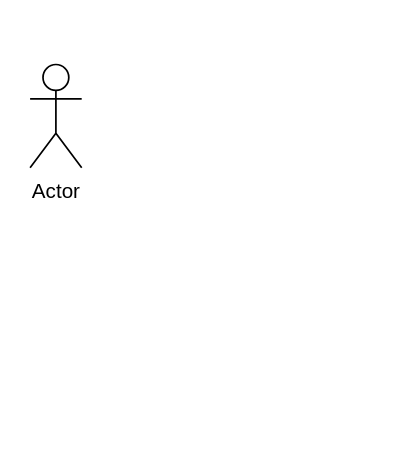
FloraRosaPupo/App-cadastro-imobiliario keeps this draw.io diagram as Diagrama sem nome.drawio. Above is the earlier version. Source tidied: cells renumbered, new cells numbered last; positions are measured from the earlier drawing's top-left corner, leaving out a move shared by most shapes. Both pictures are drawn from the tidied source at 172%, with x=0, y=0 at pixel (29, 64).
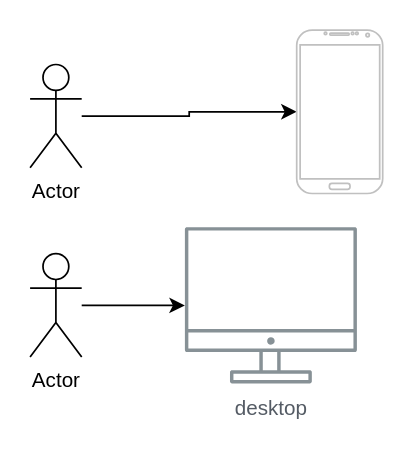
After the change.

Diff of the diagram source:
```diff
@@
 <mxGraphModel>
   <root>
     <mxCell id="0" />
     <mxCell id="1" parent="0" />
+    <mxCell id="3" style="edgeStyle=orthogonalEdgeStyle;rounded=0;jettySize=auto;html=1;" parent="1" edge="1" source="2" target="4">
+      <mxGeometry relative="1" as="geometry" />
+    </mxCell>
     <mxCell id="2" value="Actor" style="shape=umlActor;verticalLabelPosition=bottom;verticalAlign=top;html=1;outlineConnect=0;" parent="1" vertex="1">
       <mxGeometry width="30" height="60" as="geometry" />
     </mxCell>
+    <mxCell id="4" style="verticalLabelPosition=bottom;verticalAlign=top;html=1;shadow=0;dashed=0;strokeWidth=1;shape=mxgraph.android.phone2;strokeColor=#c0c0c0;" parent="1" vertex="1">
+      <mxGeometry x="155" y="-20" width="50" height="95" as="geometry" />
+    </mxCell>
+    <mxCell id="5" style="edgeStyle=orthogonalEdgeStyle;rounded=0;jettySize=auto;html=1;" parent="1" edge="1" source="6" target="7">
+      <mxGeometry relative="1" as="geometry" />
+    </mxCell>
+    <mxCell id="6" value="Actor" style="shape=umlActor;verticalLabelPosition=bottom;verticalAlign=top;html=1;outlineConnect=0;" parent="1" vertex="1">
+      <mxGeometry y="110" width="30" height="60" as="geometry" />
+    </mxCell>
+    <mxCell id="7" value="desktop" style="sketch=0;outlineConnect=0;gradientColor=none;fontColor=#545B64;strokeColor=none;fillColor=#879196;dashed=0;verticalLabelPosition=bottom;verticalAlign=top;align=center;html=1;fontSize=12;fontStyle=0;shape=mxgraph.aws4.illustration_desktop;" parent="1" vertex="1">
+      <mxGeometry x="90" y="94.5" width="100" height="91" as="geometry" />
+    </mxCell>
   </root>
 </mxGraphModel>
```
